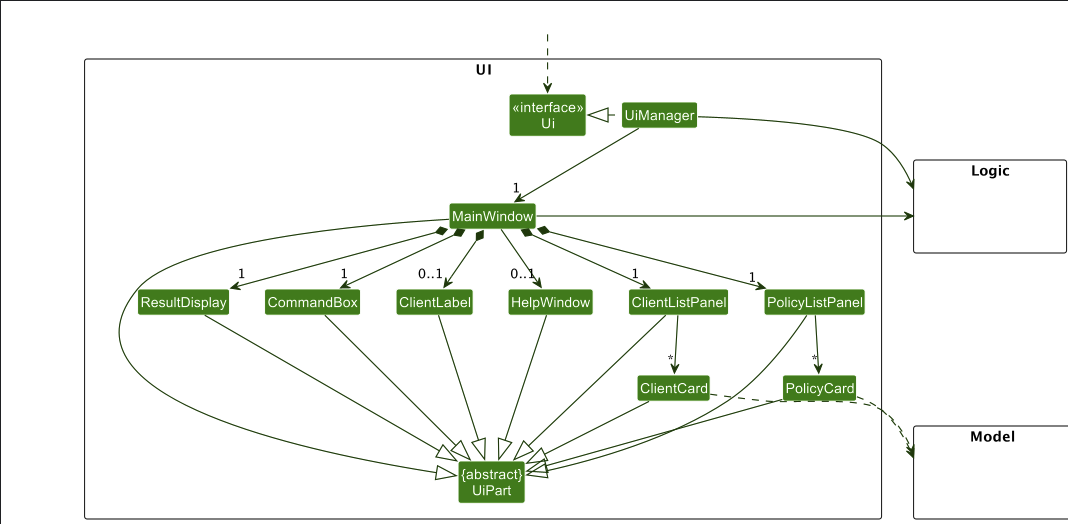
This is docs/images/UiClassDiagram.png from nus-cs2103-AY2223S2/tp, a PlantUML export, as it was before one commit. Its source is kept beside it as docs/diagrams/UiClassDiagram.puml.
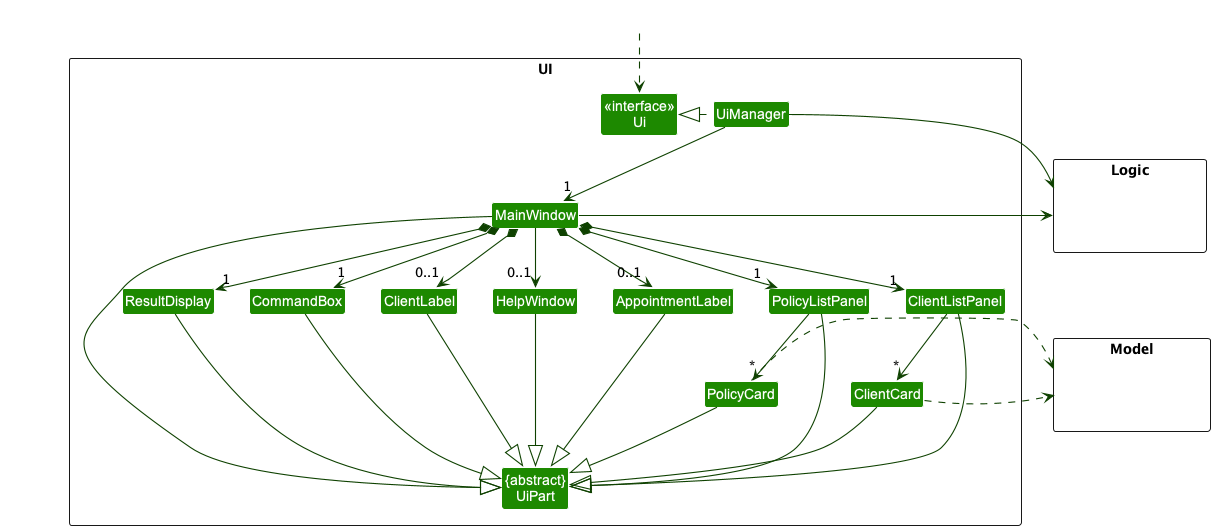
After the change.

Change to the diagram source:
```diff
@@ -17,6 +17,7 @@
 Class PolicyListPanel
 Class PolicyCard
 Class CommandBox
+Class AppointmentLabel
 }
 
 package Model <<Rectangle>> {
@@ -38,6 +39,7 @@
 MainWindow *-down-> "1" PolicyListPanel
 MainWindow --> "0..1" HelpWindow
 MainWindow *-down-> "0..1" ClientLabel
+MainWindow *-down-> "0..1" AppointmentLabel
 
 ClientListPanel -down-> "*" ClientCard
 PolicyListPanel -down-> "*" PolicyCard
@@ -51,14 +53,17 @@
 PolicyListPanel --|> UiPart
 PolicyCard --|> UiPart
 ClientLabel --|> UiPart
+AppointmentLabel --|> UiPart
+
 HelpWindow --|> UiPart
 
-ClientCard ..> Model
-PolicyCard ..> Model
+ClientCard .right.> Model
+PolicyCard .right.> Model
 UiManager -right-> Logic
 MainWindow -left-> Logic
 
 ClientListPanel -[hidden]left- HelpWindow
+ClientListPanel -[hidden]left- AppointmentLabel
 ClientCard -[hidden]left- PolicyCard
 PolicyListPanel -[hidden]left- HelpWindow
 PolicyCard -[hidden]left- ClientCard
```
